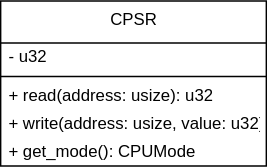
The draw.io diagram images/class.drawio.svg in kk127/rust-gba, before a commit. Source tidied: cells renumbered, new cells last; positions are measured from the earlier drawing's top-left corner, leaving out a move shared by most shapes.
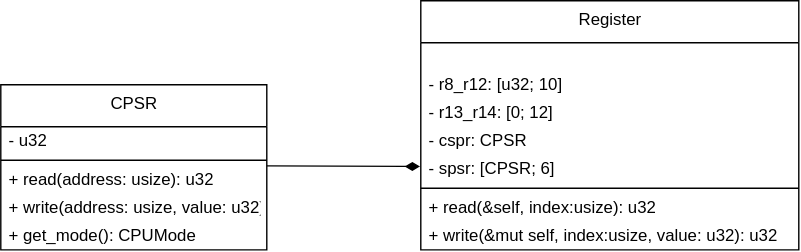
The same file after the commit.

The edit, as a diff of the source:
```diff
@@ -20,5 +20,37 @@
     <mxCell id="7" value="+ get_mode(): CPUMode" style="text;html=1;strokeColor=none;fillColor=none;align=left;verticalAlign=middle;spacingLeft=4;spacingRight=4;overflow=hidden;" parent="2" vertex="1">
       <mxGeometry y="98" width="190" height="20" as="geometry" />
     </mxCell>
+    <mxCell id="8" value="Register" style="swimlane;fontStyle=0;align=center;verticalAlign=top;horizontal=1;startSize=30;html=1;fillColor=none;gradientColor=#ffffff;" parent="1" vertex="1">
+      <mxGeometry x="300" y="-60" width="270" height="178" as="geometry" />
+    </mxCell>
+    <mxCell id="9" value="&lt;font color=&quot;#ffffff&quot;&gt;- r0_r7: [u32; 8]&lt;/font&gt;" style="text;html=1;strokeColor=none;fillColor=none;align=left;verticalAlign=middle;spacingLeft=4;spacingRight=4;overflow=hidden;fontColor=#808080;" parent="8" vertex="1">
+      <mxGeometry y="30" width="270" height="20" as="geometry" />
+    </mxCell>
+    <mxCell id="10" value="- r8_r12: [u32; 10]" style="text;html=1;strokeColor=none;fillColor=none;align=left;verticalAlign=middle;spacingLeft=4;spacingRight=4;overflow=hidden;" parent="8" vertex="1">
+      <mxGeometry y="50" width="270" height="20" as="geometry" />
+    </mxCell>
+    <mxCell id="11" value="- r13_r14: [0; 12]" style="text;html=1;strokeColor=none;fillColor=none;align=left;verticalAlign=middle;spacingLeft=4;spacingRight=4;overflow=hidden;" parent="8" vertex="1">
+      <mxGeometry y="70" width="270" height="20" as="geometry" />
+    </mxCell>
+    <mxCell id="12" value="- cspr: CPSR" style="text;html=1;strokeColor=none;fillColor=none;align=left;verticalAlign=middle;spacingLeft=4;spacingRight=4;overflow=hidden;" parent="8" vertex="1">
+      <mxGeometry y="90" width="270" height="20" as="geometry" />
+    </mxCell>
+    <mxCell id="13" value="- spsr: [CPSR; 6]" style="text;html=1;strokeColor=none;fillColor=none;align=left;verticalAlign=middle;spacingLeft=4;spacingRight=4;overflow=hidden;points=[[0,0.5],[1,0.5]];portConstraint=eastwest;" parent="8" vertex="1">
+      <mxGeometry y="110" width="270" height="20" as="geometry" />
+    </mxCell>
+    <mxCell id="14" style="line;strokeWidth=1;fillColor=none;align=left;verticalAlign=middle;spacingTop=-1;spacingLeft=3;spacingRight=3;labelPosition=right;" parent="8" vertex="1">
+      <mxGeometry y="130" width="270" height="8" as="geometry" />
+    </mxCell>
+    <mxCell id="15" value="+ read(&amp;amp;self, index:usize): u32" style="text;html=1;strokeColor=none;fillColor=none;align=left;verticalAlign=middle;spacingLeft=4;spacingRight=4;overflow=hidden;" parent="8" vertex="1">
+      <mxGeometry y="138" width="270" height="20" as="geometry" />
+    </mxCell>
+    <mxCell id="16" value="+ write(&amp;amp;mut self, index:usize, value: u32): u32" style="text;html=1;strokeColor=none;fillColor=none;align=left;verticalAlign=middle;spacingLeft=4;spacingRight=4;overflow=hidden;" parent="8" vertex="1">
+      <mxGeometry y="158" width="270" height="20" as="geometry" />
+    </mxCell>
+    <mxCell id="17" style="endArrow=none;startArrow=diamondThin;endFill=0;startFill=1;html=1;verticalAlign=bottom;labelBackgroundColor=none;strokeWidth=1;startSize=8;endSize=8;fontColor=#FFFFFF;exitX=-0.002;exitY=0.42;exitDx=0;exitDy=0;exitPerimeter=0;" parent="1" edge="1" source="13">
+      <mxGeometry relative="1" as="geometry">
+        <mxPoint x="190" y="58" as="targetPoint" />
+      </mxGeometry>
+    </mxCell>
   </root>
 </mxGraphModel>
```
